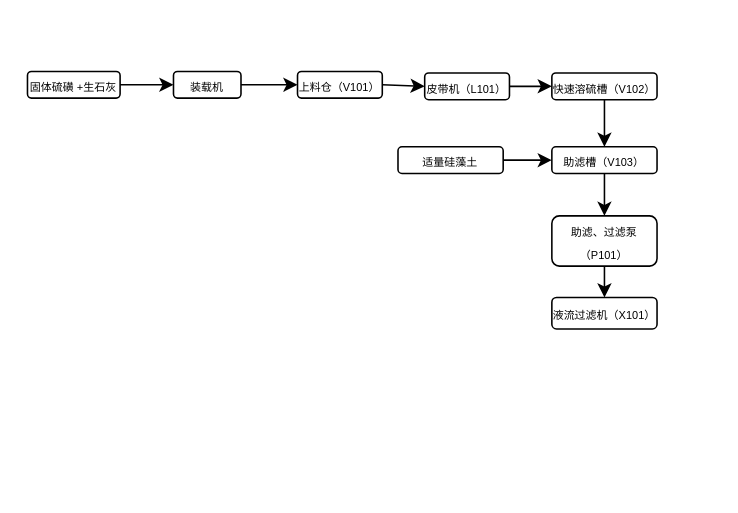
KNAI-I/test keeps this draw.io diagram as page "熔硫" (1 of 2) of dcs.drawio. Above is the earlier version. Source tidied: cells renumbered, new cells numbered last; positions are measured from the earlier drawing's top-left corner, leaving out a move shared by most shapes. Both pictures are drawn from the tidied source at 157%, with x=0, y=0 at pixel (27, 71).
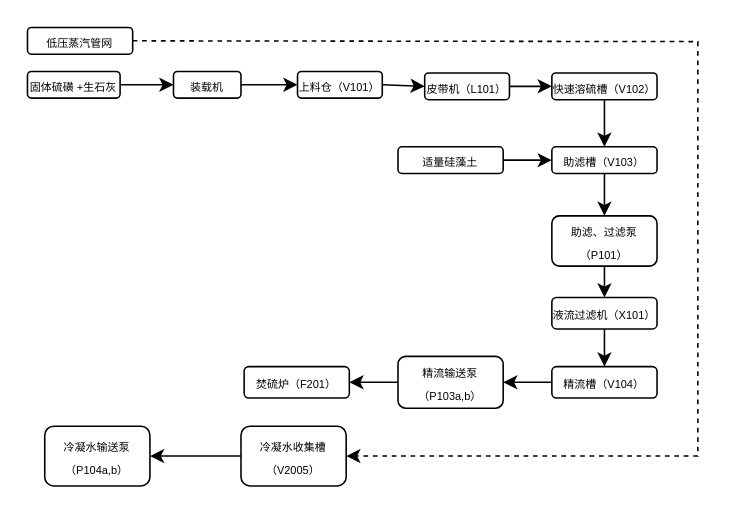
The same diagram, later.

Unchanged cells that the change refers to:
```xml
<mxCell id="17" value="&lt;span style=&quot;font-size: 7px;&quot;&gt;液流过滤机（X101）&lt;/span&gt;" style="rounded=1;whiteSpace=wrap;html=1;align=center;" parent="1" vertex="1">
  <mxGeometry x="334" y="144" width="67" height="20" as="geometry" />
</mxCell>
```

Diff of the diagram source:
```diff
@@
+    <mxCell id="19" value="&lt;span style=&quot;font-size: 7px;&quot;&gt;精流槽（V104）&lt;/span&gt;" style="rounded=1;whiteSpace=wrap;html=1;align=center;" parent="1" vertex="1">
+      <mxGeometry x="334" y="188" width="67" height="20" as="geometry" />
+    </mxCell>
+    <mxCell id="20" style="endArrow=classic;html=1;rounded=0;exitX=0.5;exitY=1;exitDx=0;exitDy=0;entryX=0.5;entryY=0;entryDx=0;entryDy=0;" parent="1" edge="1" source="17" target="19">
+      <mxGeometry relative="1" as="geometry" />
+    </mxCell>
+    <mxCell id="21" value="&lt;span style=&quot;font-size: 7px;&quot;&gt;精流输送泵（P103a,b）&lt;/span&gt;" style="rounded=1;whiteSpace=wrap;html=1;align=center;" parent="1" vertex="1">
+      <mxGeometry x="236" y="181.5" width="67" height="33" as="geometry" />
+    </mxCell>
+    <mxCell id="22" style="endArrow=classic;html=1;rounded=0;exitX=0;exitY=0.5;exitDx=0;exitDy=0;entryX=1;entryY=0.5;entryDx=0;entryDy=0;" parent="1" edge="1" source="19" target="21">
+      <mxGeometry relative="1" as="geometry" />
+    </mxCell>
+    <mxCell id="23" value="&lt;span style=&quot;font-size: 7px;&quot;&gt;焚硫炉（F201）&lt;/span&gt;" style="rounded=1;whiteSpace=wrap;html=1;align=center;" parent="1" vertex="1">
+      <mxGeometry x="138" y="188" width="67" height="20" as="geometry" />
+    </mxCell>
+    <mxCell id="24" style="endArrow=classic;html=1;rounded=0;exitX=0;exitY=0.5;exitDx=0;exitDy=0;entryX=1;entryY=0.5;entryDx=0;entryDy=0;" parent="1" edge="1" source="21" target="23">
+      <mxGeometry relative="1" as="geometry" />
+    </mxCell>
+    <mxCell id="25" value="&lt;span style=&quot;font-size: 7px;&quot;&gt;冷凝水收集槽（V2005）&lt;/span&gt;" style="rounded=1;whiteSpace=wrap;html=1;align=center;" parent="1" vertex="1">
+      <mxGeometry x="136" y="226" width="67" height="38" as="geometry" />
+    </mxCell>
+    <mxCell id="26" value="&lt;span style=&quot;font-size: 7px;&quot;&gt;冷凝水输送泵（P104a,b）&lt;/span&gt;" style="rounded=1;whiteSpace=wrap;html=1;align=center;" parent="1" vertex="1">
+      <mxGeometry x="11" y="226" width="67" height="38" as="geometry" />
+    </mxCell>
+    <mxCell id="27" value="&lt;span style=&quot;font-size: 7px;&quot;&gt;低压蒸汽管网&lt;/span&gt;" style="rounded=1;whiteSpace=wrap;html=1;align=center;" parent="1" vertex="1">
+      <mxGeometry y="-28" width="67" height="17" as="geometry" />
+    </mxCell>
+    <mxCell id="28" style="endArrow=classic;html=1;rounded=0;exitX=1;exitY=0.5;exitDx=0;exitDy=0;entryX=1;entryY=0.5;entryDx=0;entryDy=0;dashed=1;" parent="1" edge="1" source="27" target="25">
+      <mxGeometry relative="1" as="geometry">
+        <Array as="points">
+          <mxPoint x="427" y="-19" />
+          <mxPoint x="427" y="245" />
+        </Array>
+      </mxGeometry>
+    </mxCell>
+    <mxCell id="29" style="endArrow=classic;html=1;rounded=0;entryX=1;entryY=0.5;entryDx=0;entryDy=0;exitX=0;exitY=0.5;exitDx=0;exitDy=0;" parent="1" edge="1" source="25" target="26">
+      <mxGeometry relative="1" as="geometry" />
+    </mxCell>
```
